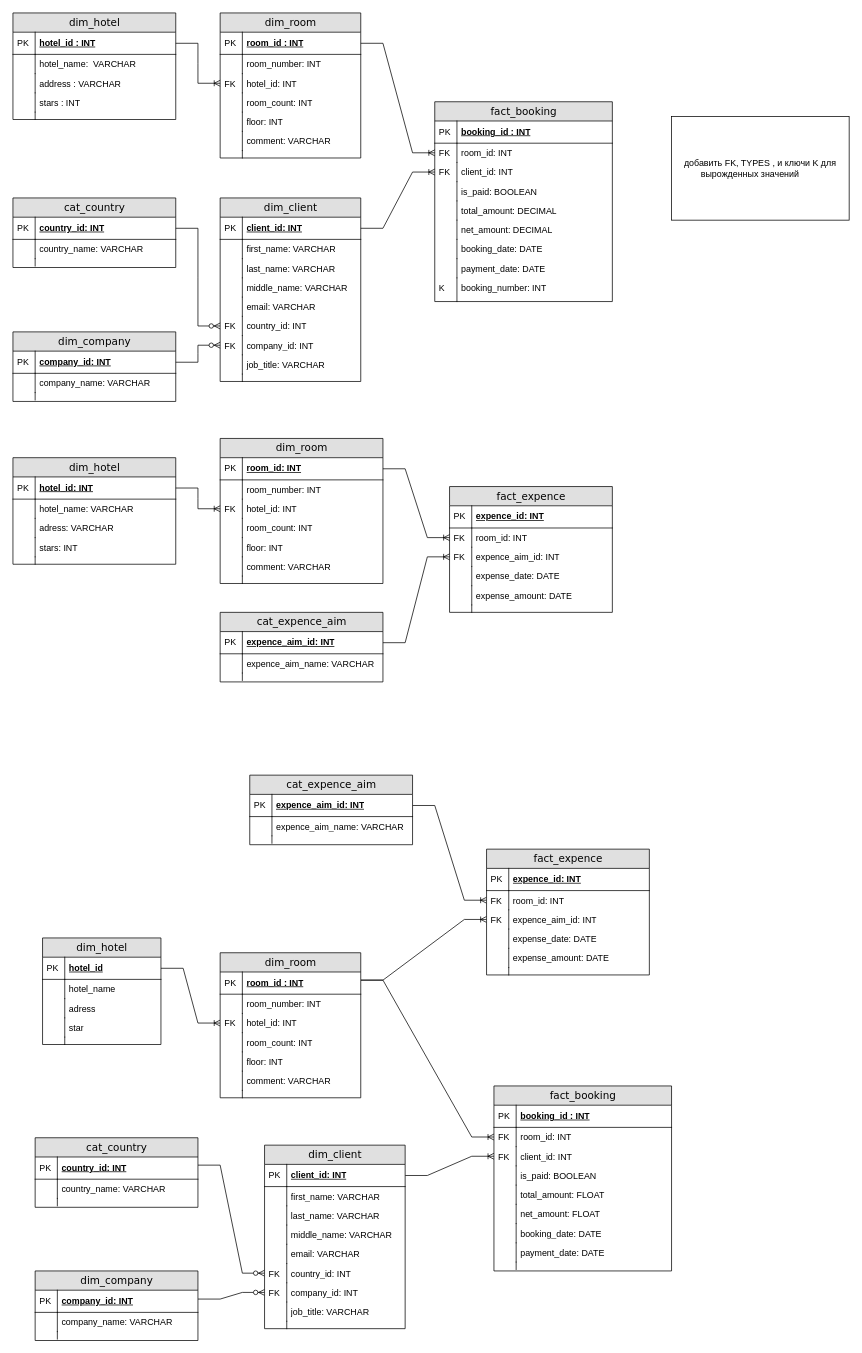
Before: lab6/Диаграмма без названия-2.drawio in omgwer/Databases, a draw.io diagram. Source tidied: cells renumbered, new cells numbered last; positions are measured from the earlier drawing's top-left corner, leaving out a move shared by most shapes. Both pictures are drawn from the tidied source at 74%, with x=0, y=0 at pixel (13, 13).
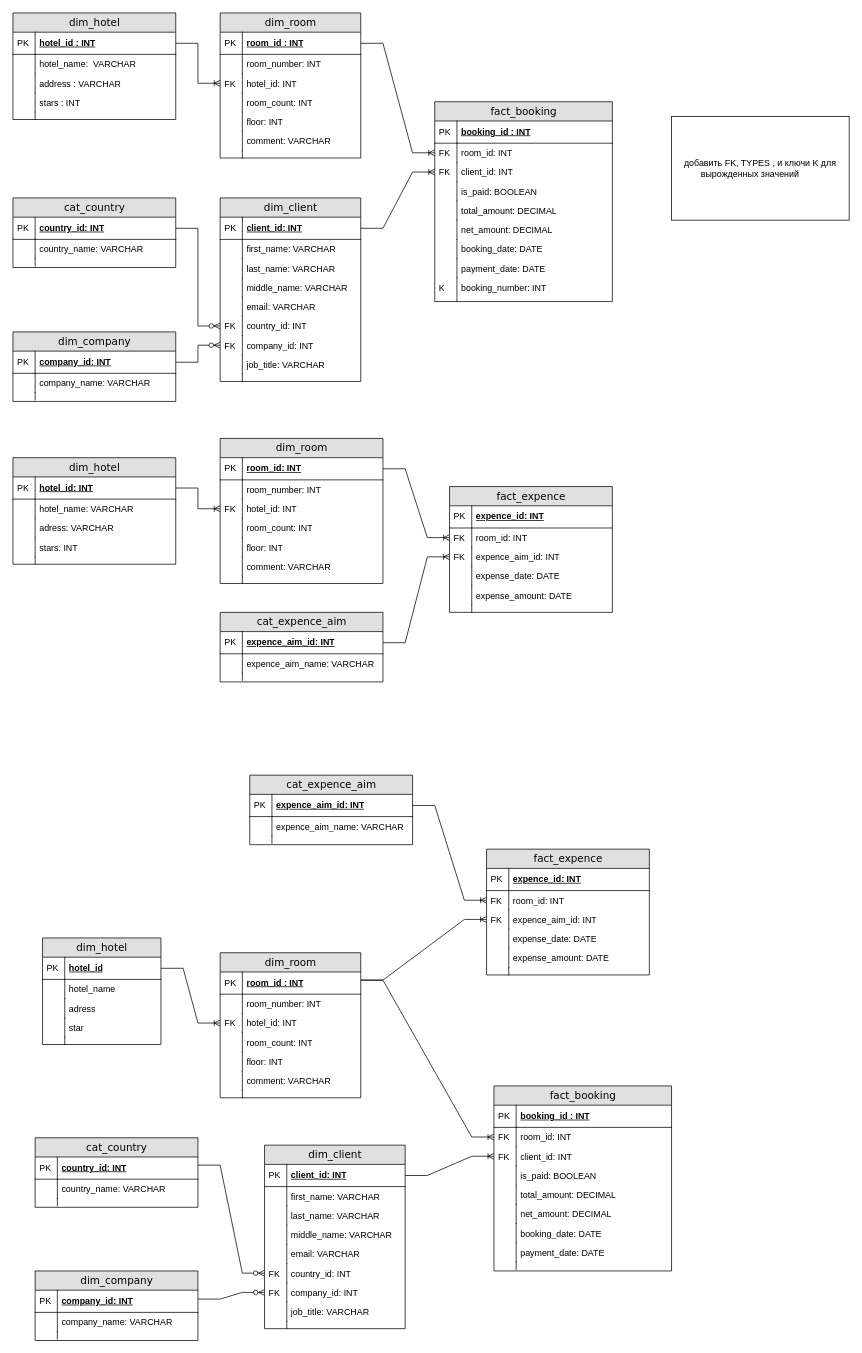
After the change.

The change refers to these unchanged cells:
```xml
<mxCell id="174" value="fact_booking" style="swimlane;html=1;fontStyle=0;horizontal=1;startSize=26;fillColor=#e0e0e0;swimlaneFillColor=#ffffff;align=center;rounded=0;shadow=0;comic=0;labelBackgroundColor=none;strokeWidth=1;fontFamily=Verdana;fontSize=14;" parent="1" vertex="1">
  <mxGeometry x="650" y="1450" width="240" height="250" as="geometry" />
</mxCell>
```

The edit, as a diff of the source:
```diff
@@
-    <mxCell id="183" value="total_amount: FLOAT" style="shape=partialRectangle;top=0;left=0;right=0;bottom=0;html=1;align=left;verticalAlign=top;fillColor=none;spacingLeft=34;spacingRight=4;whiteSpace=wrap;overflow=hidden;" parent="174" vertex="1">
+    <mxCell id="183" value="total_amount: DECIMAL&lt;br&gt;" style="shape=partialRectangle;top=0;left=0;right=0;bottom=0;html=1;align=left;verticalAlign=top;fillColor=none;spacingLeft=34;spacingRight=4;whiteSpace=wrap;overflow=hidden;" parent="174" vertex="1">
       <mxGeometry y="134" width="240" height="26" as="geometry" />
     </mxCell>
@@
-    <mxCell id="185" value="net_amount: FLOAT" style="shape=partialRectangle;top=0;left=0;right=0;bottom=0;html=1;align=left;verticalAlign=top;fillColor=none;spacingLeft=34;spacingRight=4;whiteSpace=wrap;overflow=hidden;" parent="174" vertex="1">
+    <mxCell id="185" value="net_amount: DECIMAL" style="shape=partialRectangle;top=0;left=0;right=0;bottom=0;html=1;align=left;verticalAlign=top;fillColor=none;spacingLeft=34;spacingRight=4;whiteSpace=wrap;overflow=hidden;" parent="174" vertex="1">
       <mxGeometry y="160" width="240" height="26" as="geometry" />
     </mxCell>
```
